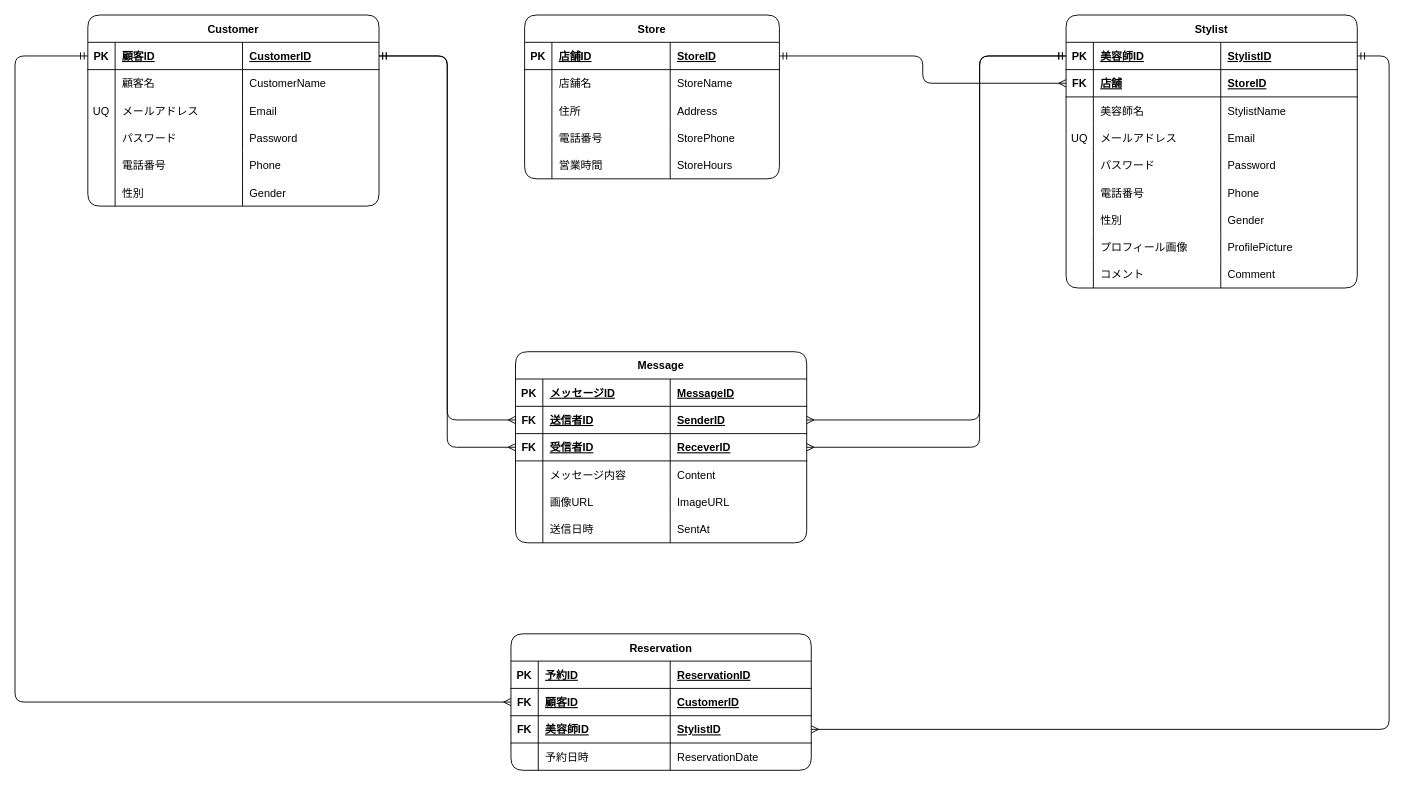
Before: background/ER-Draft_ayumi.dio in J-Team-2025-Winter/J-Team-2025-Winter, a draw.io diagram. Source tidied: cells renumbered, new cells numbered last; positions are measured from the earlier drawing's top-left corner, leaving out a move shared by most shapes. Both pictures are drawn from the tidied source at 91%, with x=0, y=0 at pixel (15, 15).
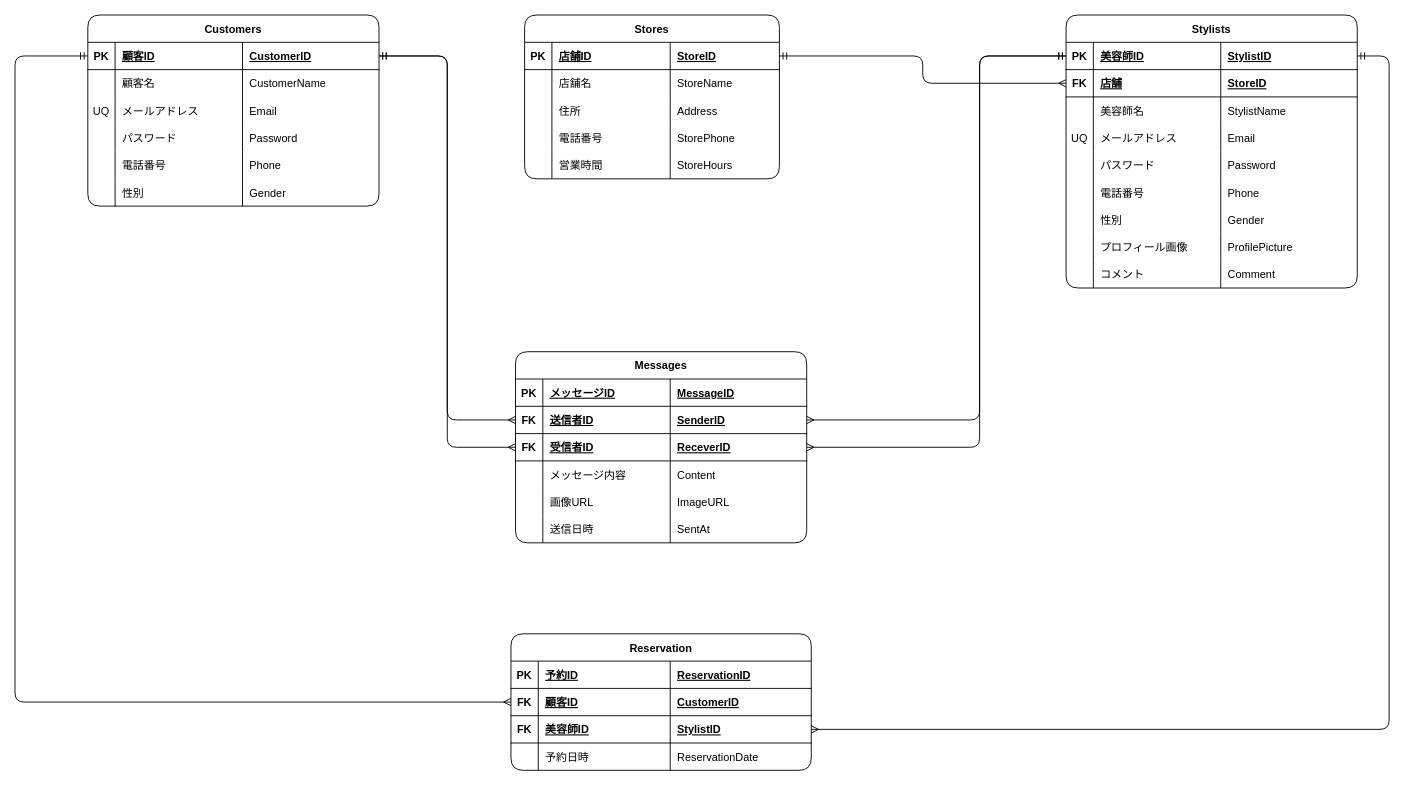
The same diagram, later.

Change to the diagram source:
```diff
@@
-    <mxCell id="2" value="Customer" style="shape=table;startSize=30;childLayout=tableLayout;rowLines=0;fontStyle=1;align=center;rounded=1;" parent="1" vertex="1">
+    <mxCell id="2" value="Customers" style="shape=table;startSize=30;childLayout=tableLayout;rowLines=0;fontStyle=1;align=center;rounded=1;" parent="1" vertex="1">
       <mxGeometry x="80" width="320" height="210" as="geometry" />
     </mxCell>
@@
-    <mxCell id="27" value="Stylist" style="shape=table;startSize=30;childLayout=tableLayout;rowLines=0;fontStyle=1;align=center;rounded=1;" parent="1" vertex="1">
+    <mxCell id="27" value="Stylists" style="shape=table;startSize=30;childLayout=tableLayout;rowLines=0;fontStyle=1;align=center;rounded=1;" parent="1" vertex="1">
       <mxGeometry x="1155" width="320" height="300" as="geometry" />
     </mxCell>
@@
-    <mxCell id="64" value="Message" style="shape=table;startSize=30;childLayout=tableLayout;rowLines=0;fontStyle=1;align=center;rounded=1;" parent="1" vertex="1">
+    <mxCell id="64" value="Messages" style="shape=table;startSize=30;childLayout=tableLayout;rowLines=0;fontStyle=1;align=center;rounded=1;" parent="1" vertex="1">
       <mxGeometry x="550" y="370" width="320" height="210" as="geometry" />
     </mxCell>
@@
-    <mxCell id="106" value="Store" style="shape=table;startSize=30;childLayout=tableLayout;rowLines=0;fontStyle=1;align=center;rounded=1;" parent="1" vertex="1">
+    <mxCell id="106" value="Stores" style="shape=table;startSize=30;childLayout=tableLayout;rowLines=0;fontStyle=1;align=center;rounded=1;" parent="1" vertex="1">
       <mxGeometry x="560" width="280" height="180" as="geometry" />
     </mxCell>
```
